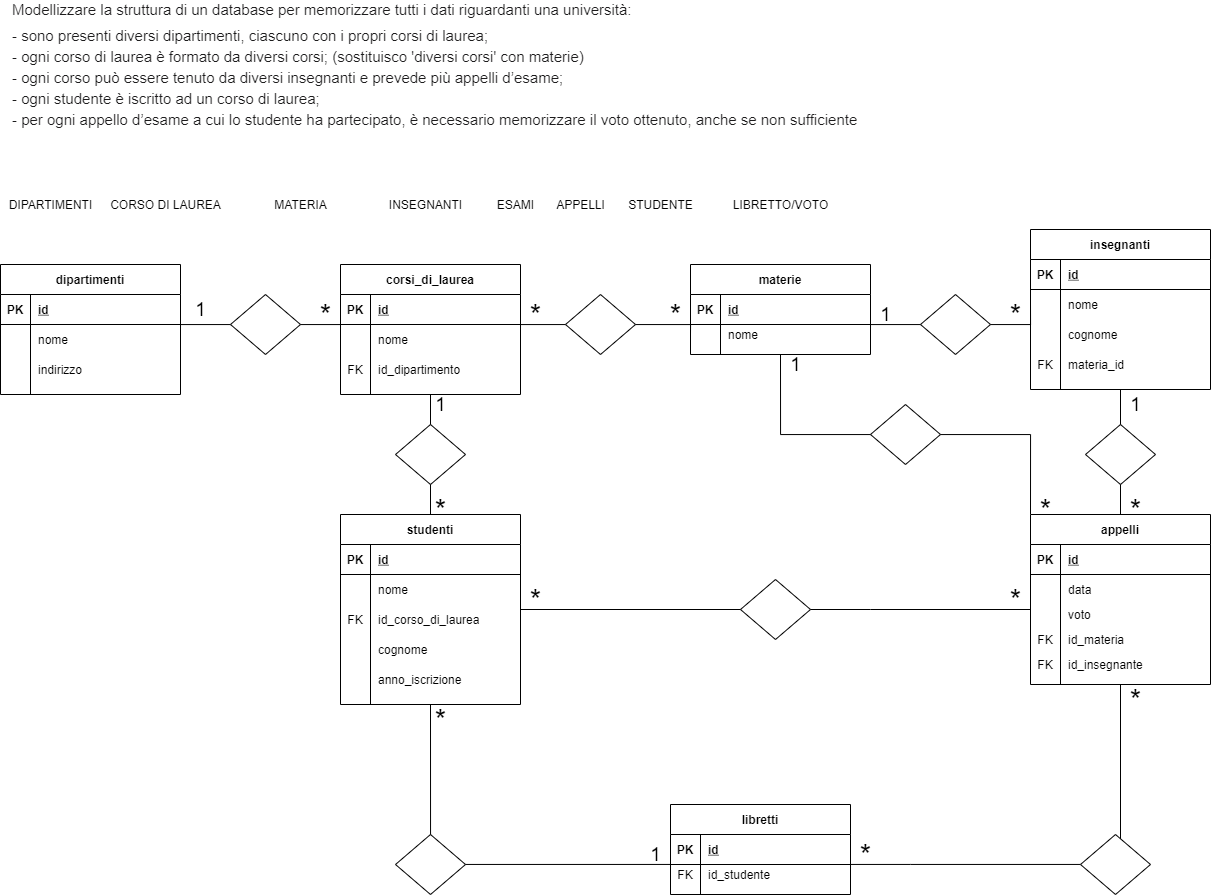
The draw.io diagram diagramma-db-university.png in emmepi92/db-university, before a commit. Source tidied: cells renumbered, new cells last; positions are measured from the earlier drawing's top-left corner, leaving out a move shared by most shapes.
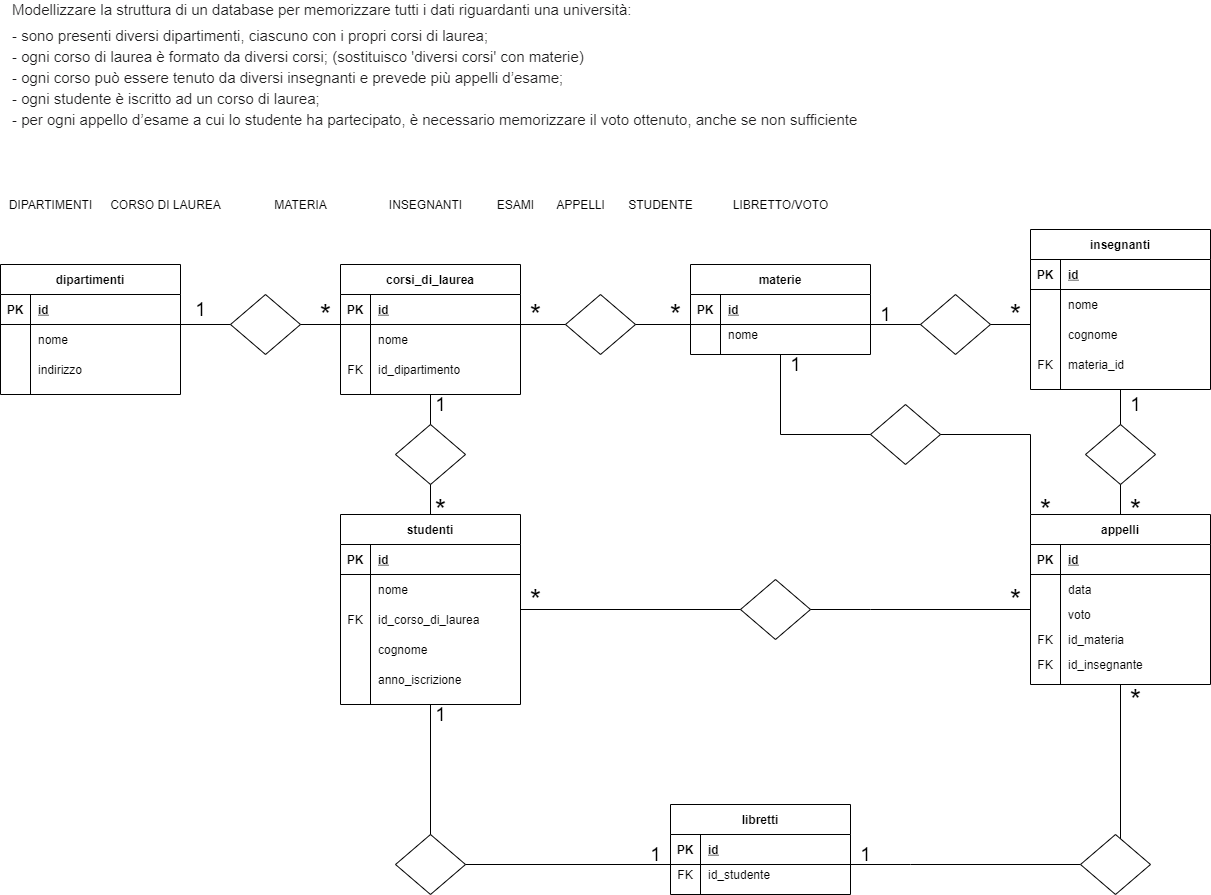
The same file after the commit.

The edit, as a diff of the source:
```diff
@@ -386,9 +386,6 @@
     <mxCell id="118" value="&lt;font style=&quot;font-size: 19px&quot;&gt;1&lt;/font&gt;" style="text;html=1;align=center;verticalAlign=middle;strokeColor=none;" parent="1" vertex="1">
       <mxGeometry x="640" y="830" width="30" height="20" as="geometry" />
     </mxCell>
-    <mxCell id="119" value="&lt;font style=&quot;font-size: 29px&quot;&gt;*&lt;/font&gt;" style="text;html=1;align=center;verticalAlign=middle;strokeColor=none;" parent="1" vertex="1">
-      <mxGeometry x="425" y="690" width="30" height="30" as="geometry" />
-    </mxCell>
     <mxCell id="120" style="shape=rhombus;perimeter=rhombusPerimeter;whiteSpace=wrap;html=1;align=center;" parent="1" vertex="1">
       <mxGeometry x="1080" y="820" width="70" height="60" as="geometry" />
     </mxCell>
@@ -411,8 +408,11 @@
     <mxCell id="125" value="&lt;font style=&quot;font-size: 29px&quot;&gt;*&lt;/font&gt;" style="text;html=1;align=center;verticalAlign=middle;strokeColor=none;" parent="1" vertex="1">
       <mxGeometry x="1120" y="670" width="30" height="30" as="geometry" />
     </mxCell>
-    <mxCell id="126" value="&lt;font style=&quot;font-size: 29px&quot;&gt;*&lt;/font&gt;" style="text;html=1;align=center;verticalAlign=middle;strokeColor=none;" parent="1" vertex="1">
-      <mxGeometry x="850" y="825" width="30" height="30" as="geometry" />
-    </mxCell>
+    <mxCell id="127" value="&lt;font style=&quot;font-size: 19px&quot;&gt;1&lt;/font&gt;" style="text;html=1;align=center;verticalAlign=middle;strokeColor=none;" parent="1" vertex="1">
+      <mxGeometry x="850" y="830" width="30" height="20" as="geometry" />
+    </mxCell>
+    <mxCell id="128" value="&lt;font style=&quot;font-size: 19px&quot;&gt;1&lt;/font&gt;" style="text;html=1;align=center;verticalAlign=middle;strokeColor=none;" parent="1" vertex="1">
+      <mxGeometry x="425" y="690" width="30" height="20" as="geometry" />
+    </mxCell>
   </root>
 </mxGraphModel>
```
